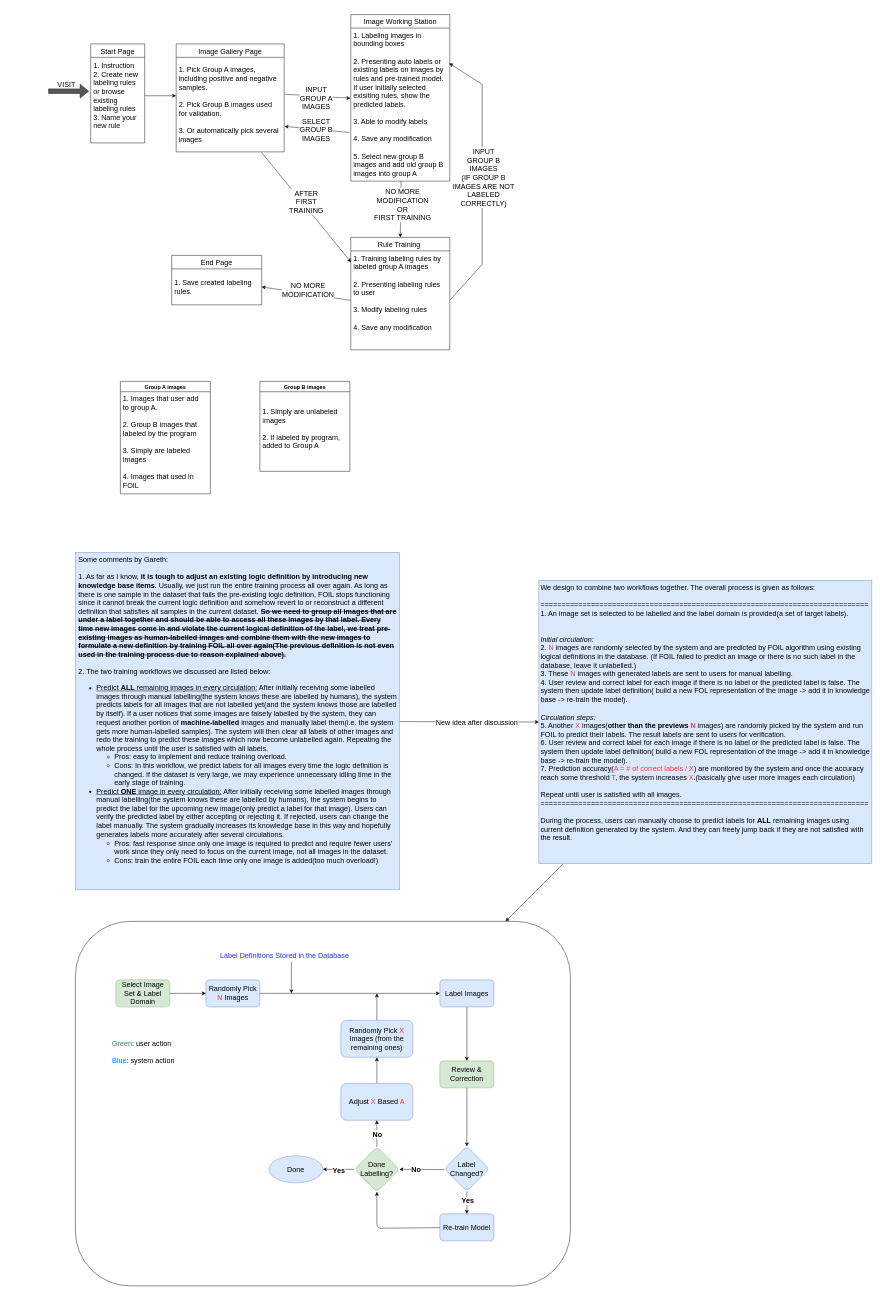
The draw.io diagram page "Scratch" (5 of 5) of architecture.drawio in Neural-Symbolic-Image-Labeling/NSILWeb, before the edit. Source tidied: cells renumbered, new cells numbered last; positions are measured from the earlier drawing's top-left corner, leaving out a move shared by most shapes. Both pictures are drawn from the tidied source at 45%, with x=0, y=0 at pixel (48, 14).
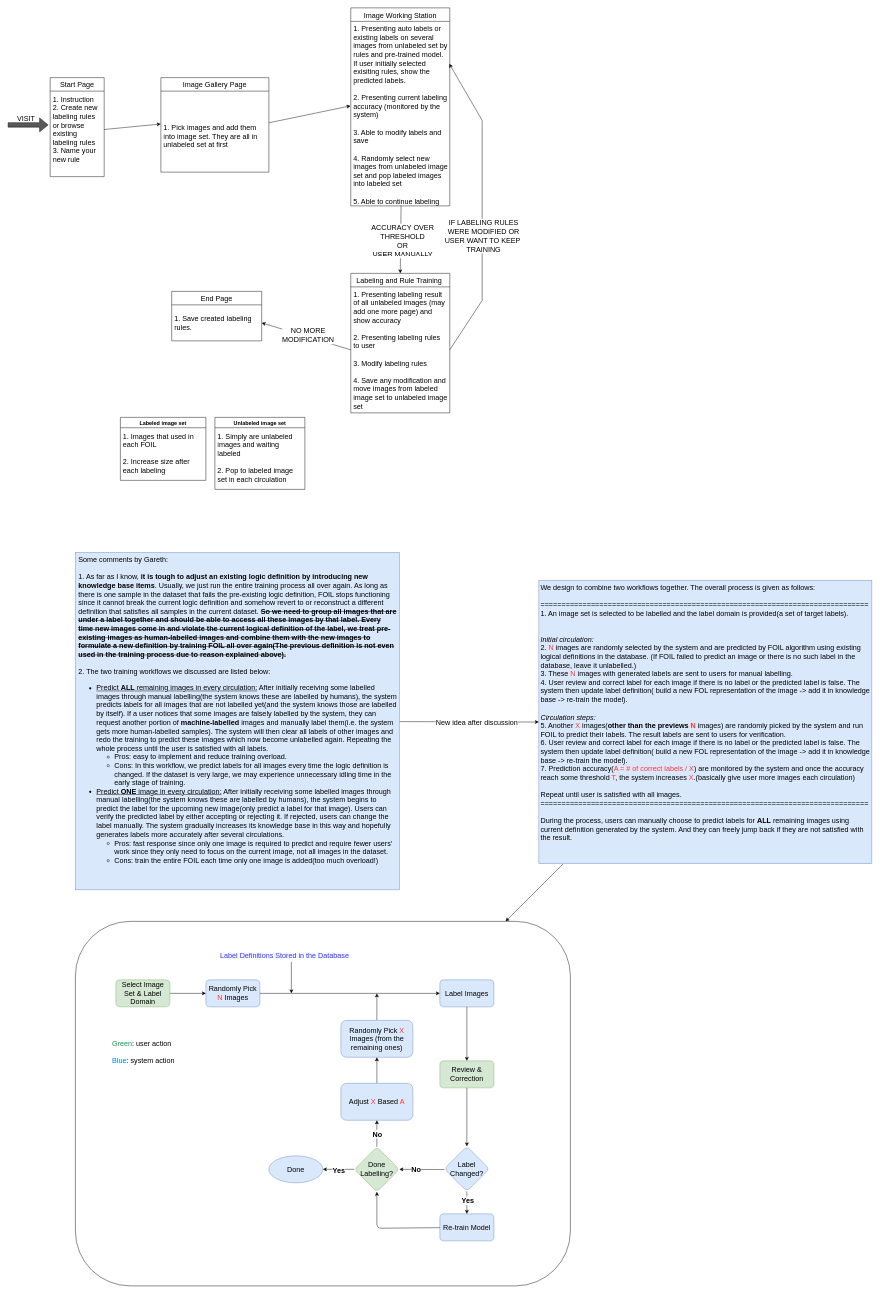
Above is the later version.

Diff of the diagram source:
```diff
@@
     <mxCell id="2" style="shape=flexArrow;endArrow=classic;html=1;rounded=0;fontSize=16;shadow=0;fillColor=#595959;" parent="1" edge="1">
       <mxGeometry relative="1" as="geometry">
-        <mxPoint y="170" as="sourcePoint" />
-        <mxPoint x="90" y="170" as="targetPoint" />
+        <mxPoint x="-90" y="245" as="sourcePoint" />
+        <mxPoint y="245" as="targetPoint" />
       </mxGeometry>
     </mxCell>
     <mxCell id="3" value="VISIT" style="text;html=1;align=center;verticalAlign=middle;strokeColor=none;fillColor=none;fontSize=16;" parent="1" vertex="1">
-      <mxGeometry x="10" y="145" width="60" height="20" as="geometry" />
+      <mxGeometry x="-80" y="220" width="60" height="20" as="geometry" />
     </mxCell>
     <mxCell id="4" value="Start Page" style="swimlane;fontStyle=0;horizontal=1;startSize=30;fontSize=16;" parent="1" vertex="1">
-      <mxGeometry x="94" y="65" width="120" height="220" as="geometry" />
+      <mxGeometry x="4" y="140" width="120" height="220" as="geometry" />
     </mxCell>
@@
     <mxCell id="7" value="Image Gallery Page" style="swimlane;fontStyle=0;horizontal=1;startSize=30;fontSize=16;" parent="1" vertex="1">
-      <mxGeometry x="284" y="65" width="240" height="240" as="geometry" />
+      <mxGeometry x="250" y="140" width="240" height="210" as="geometry" />
     </mxCell>
-    <mxCell id="8" value="1. Pick Group A images, including positive and negative samples.&#10;&#10;2. Pick Group B images used for validation.&#10;&#10;3. Or automatically pick several images" style="text;strokeColor=none;fillColor=none;align=left;verticalAlign=middle;spacingLeft=4;spacingRight=4;overflow=hidden;points=[[0,0.5],[1,0.5]];portConstraint=eastwest;fontSize=16;whiteSpace=wrap;" parent="7" vertex="1">
-      <mxGeometry y="30" width="240" height="210" as="geometry" />
+    <mxCell id="8" value="&#10;1. Pick images and add them into image set. They are all in unlabeled set at first" style="text;strokeColor=none;fillColor=none;align=left;verticalAlign=middle;spacingLeft=4;spacingRight=4;overflow=hidden;points=[[0,0.5],[1,0.5]];portConstraint=eastwest;fontSize=16;whiteSpace=wrap;" parent="7" vertex="1">
+      <mxGeometry y="30" width="240" height="180" as="geometry" />
     </mxCell>
@@
     <mxCell id="10" value="Image Working Station" style="swimlane;fontStyle=0;horizontal=1;startSize=30;fontSize=16;" parent="1" vertex="1">
-      <mxGeometry x="672" width="220" height="370" as="geometry" />
+      <mxGeometry x="672" y="-15" width="220" height="440" as="geometry" />
     </mxCell>
-    <mxCell id="11" value="1. Labeling images in bounding boxes&#10;&#10;2. Presenting auto labels or existing labels on images by rules and pre-trained model. If user initially selected exisiting rules, show the predicted labels.&#10;&#10;3. Able to modify labels &#10;&#10;4. Save any modification&#10;&#10;5. Select new group B images and add old group B images into group A" style="text;strokeColor=none;fillColor=none;align=left;verticalAlign=top;spacingLeft=4;spacingRight=4;overflow=hidden;points=[[0,0.5],[1,0.5]];portConstraint=eastwest;fontSize=16;whiteSpace=wrap;" parent="10" vertex="1">
-      <mxGeometry y="30" width="220" height="340" as="geometry" />
+    <mxCell id="11" value="1. Presenting auto labels or existing labels on several images from unlabeled set by rules and pre-trained model. If user initially selected exisiting rules, show the predicted labels.&#10;&#10;2. Presenting current labeling accuracy (monitored by the system)&#10;&#10;3. Able to modify labels and save&#10;&#10;4. Randomly select new  images from unlabeled image set and pop labeled images into labeled set&#10;&#10;5. Able to continue labeling" style="text;strokeColor=none;fillColor=none;align=left;verticalAlign=top;spacingLeft=4;spacingRight=4;overflow=hidden;points=[[0,0.5],[1,0.5]];portConstraint=eastwest;fontSize=16;whiteSpace=wrap;" parent="10" vertex="1">
+      <mxGeometry y="30" width="220" height="410" as="geometry" />
     </mxCell>
-    <mxCell id="12" value="Rule Training " style="swimlane;fontStyle=0;horizontal=1;startSize=30;fontSize=16;" parent="1" vertex="1">
-      <mxGeometry x="672" y="495" width="220" height="250" as="geometry" />
+    <mxCell id="12" value="Labeling and Rule Training " style="swimlane;fontStyle=0;horizontal=1;startSize=30;fontSize=16;" parent="1" vertex="1">
+      <mxGeometry x="672" y="575" width="220" height="310" as="geometry" />
     </mxCell>
-    <mxCell id="13" value="1. Training labeling rules by labeled group A images&#10;&#10;2. Presenting labeling rules to user&#10;&#10;3. Modify labeling rules&#10;&#10;4. Save any modification" style="text;strokeColor=none;fillColor=none;align=left;verticalAlign=top;spacingLeft=4;spacingRight=4;overflow=hidden;points=[[0,0.5],[1,0.5]];portConstraint=eastwest;fontSize=16;whiteSpace=wrap;" parent="12" vertex="1">
-      <mxGeometry y="30" width="220" height="220" as="geometry" />
+    <mxCell id="13" value="1. Presenting labeling result of all unlabeled images (may add one more page) and show accuracy&#10;&#10;2. Presenting labeling rules to user&#10;&#10;3. Modify labeling rules&#10;&#10;4. Save any modification and move images from labeled image set to unlabeled image set" style="text;strokeColor=none;fillColor=none;align=left;verticalAlign=top;spacingLeft=4;spacingRight=4;overflow=hidden;points=[[0,0.5],[1,0.5]];portConstraint=eastwest;fontSize=16;whiteSpace=wrap;" parent="12" vertex="1">
+      <mxGeometry y="30" width="220" height="280" as="geometry" />
     </mxCell>
-    <mxCell id="14" value="INPUT&lt;br&gt;GROUP A&lt;br&gt;IMAGES" style="edgeLabel;html=1;align=center;verticalAlign=middle;fontSize=16;" parent="1" vertex="1">
-      <mxGeometry x="594" y="185" as="geometry" />
-    </mxCell>
     <mxCell id="15" style="endArrow=none;html=1;rounded=0;exitX=1;exitY=0.5;exitDx=0;exitDy=0;" parent="1" edge="1" source="13">
       <mxGeometry relative="1" as="geometry">
-        <mxPoint x="964" y="555" as="targetPoint" />
+        <mxPoint x="964" y="635" as="targetPoint" />
       </mxGeometry>
     </mxCell>
     <mxCell id="16" style="endArrow=none;html=1;rounded=0;" parent="1" edge="1">
       <mxGeometry relative="1" as="geometry">
-        <mxPoint x="964" y="555" as="sourcePoint" />
-        <mxPoint x="964" y="155" as="targetPoint" />
+        <mxPoint x="964" y="635" as="sourcePoint" />
+        <mxPoint x="964" y="235" as="targetPoint" />
       </mxGeometry>
     </mxCell>
     <mxCell id="17" style="endArrow=classic;html=1;rounded=0;entryX=0.995;entryY=0.23;entryDx=0;entryDy=0;entryPerimeter=0;" parent="1" edge="1" target="11">
       <mxGeometry relative="1" as="geometry">
-        <mxPoint x="964" y="155" as="sourcePoint" />
+        <mxPoint x="964" y="235" as="sourcePoint" />
       </mxGeometry>
     </mxCell>
-    <mxCell id="18" value="INPUT&lt;br&gt;GROUP B&lt;br&gt;IMAGES&lt;br&gt;(IF GROUP B&lt;br&gt;IMAGES ARE NOT&lt;br&gt;LABELED &lt;br&gt;CORRECTLY)" style="edgeLabel;html=1;align=center;verticalAlign=middle;fontSize=16;" parent="1" vertex="1">
-      <mxGeometry x="984" y="365" as="geometry">
+    <mxCell id="18" value="IF LABELING RULES&lt;br&gt;WERE MODIFIED OR&lt;br&gt;USER WANT TO KEEP&amp;nbsp;&lt;br&gt;TRAINING" style="edgeLabel;html=1;align=center;verticalAlign=middle;fontSize=16;" parent="1" vertex="1">
+      <mxGeometry x="984" y="495" as="geometry">
         <mxPoint x="-18" y="-4" as="offset" />
       </mxGeometry>
     </mxCell>
     <mxCell id="19" value="End Page" style="swimlane;fontStyle=0;horizontal=1;startSize=30;fontSize=16;" parent="1" vertex="1">
-      <mxGeometry x="274" y="535" width="200" height="110" as="geometry" />
+      <mxGeometry x="274" y="615" width="200" height="110" as="geometry" />
     </mxCell>
@@
-    <mxCell id="22" value="NO MORE&lt;br&gt;MODIFICATION&lt;br&gt;OR&lt;br&gt;FIRST TRAINING" style="edgeLabel;html=1;align=center;verticalAlign=middle;fontSize=16;labelBorderColor=none;labelBackgroundColor=#FFFFFF;" parent="1" vertex="1">
-      <mxGeometry x="832" y="265" as="geometry">
+    <mxCell id="22" value="ACCURACY OVER&lt;br&gt;THRESHOLD&lt;br&gt;OR&lt;br&gt;USER MANUALLY" style="edgeLabel;html=1;align=center;verticalAlign=middle;fontSize=16;labelBorderColor=none;labelBackgroundColor=#FFFFFF;" parent="1" vertex="1">
+      <mxGeometry x="832" y="345" as="geometry">
         <mxPoint x="-46" y="157" as="offset" />
       </mxGeometry>
     </mxCell>
@@
     <mxCell id="24" value="NO MORE&lt;br&gt;MODIFICATION" style="edgeLabel;html=1;align=center;verticalAlign=middle;fontSize=16;labelBorderColor=none;labelBackgroundColor=#FFFFFF;" parent="1" vertex="1">
-      <mxGeometry x="622" y="455" as="geometry">
+      <mxGeometry x="622" y="555" as="geometry">
         <mxPoint x="-46" y="157" as="offset" />
       </mxGeometry>
     </mxCell>
-    <mxCell id="25" style="endArrow=classic;html=1;rounded=0;exitX=-0.014;exitY=0.682;exitDx=0;exitDy=0;exitPerimeter=0;entryX=1.004;entryY=0.73;entryDx=0;entryDy=0;entryPerimeter=0;" parent="1" edge="1" source="11" target="8">
-      <mxGeometry relative="1" as="geometry" />
-    </mxCell>
-    <mxCell id="26" value="SELECT&lt;br&gt;GROUP B&lt;br&gt;IMAGES" style="edgeLabel;html=1;align=center;verticalAlign=middle;fontSize=16;" parent="1" vertex="1">
-      <mxGeometry x="594" y="255" as="geometry" />
-    </mxCell>
-    <mxCell id="27" style="endArrow=classic;html=1;rounded=0;exitX=0.789;exitY=1.004;exitDx=0;exitDy=0;exitPerimeter=0;entryX=0.003;entryY=0.115;entryDx=0;entryDy=0;entryPerimeter=0;" parent="1" edge="1" source="8" target="13">
-      <mxGeometry relative="1" as="geometry" />
-    </mxCell>
-    <mxCell id="28" value="AFTER&lt;br&gt;FIRST&lt;br&gt;TRAINING" style="edgeLabel;html=1;align=center;verticalAlign=middle;fontSize=16;" parent="1" vertex="1">
-      <mxGeometry x="572" y="415" as="geometry" />
-    </mxCell>
-    <mxCell id="29" value="Group A images" style="swimlane;" parent="1" vertex="1">
-      <mxGeometry x="160" y="815" width="200" height="250" as="geometry" />
+    <mxCell id="29" value="Labeled image set" style="swimlane;startSize=23;" parent="1" vertex="1">
+      <mxGeometry x="160" y="895" width="190" height="140" as="geometry" />
     </mxCell>
-    <mxCell id="30" value="1. Images that user add to group A.&#10;&#10;2. Group B images that labeled by the program&#10;&#10;3. Simply are labeled images&#10;&#10;4. Images that used in FOIL" style="text;strokeColor=none;fillColor=none;align=left;verticalAlign=middle;spacingLeft=4;spacingRight=4;overflow=hidden;fontSize=16;whiteSpace=wrap;" parent="29" vertex="1">
-      <mxGeometry y="20" width="180" height="230" as="geometry" />
+    <mxCell id="30" value="1. Images that used in each FOIL&#10;&#10;2. Increase size after each labeling" style="text;strokeColor=none;fillColor=none;align=left;verticalAlign=middle;spacingLeft=4;spacingRight=4;overflow=hidden;fontSize=16;whiteSpace=wrap;" parent="29" vertex="1">
+      <mxGeometry y="20" width="180" height="120" as="geometry" />
     </mxCell>
-    <mxCell id="31" value="Group B images" style="swimlane;" parent="1" vertex="1">
-      <mxGeometry x="470" y="815" width="200" height="200" as="geometry" />
+    <mxCell id="31" value="Unlabeled image set" style="swimlane;" parent="1" vertex="1">
+      <mxGeometry x="370" y="895" width="200" height="160" as="geometry" />
     </mxCell>
-    <mxCell id="32" value="1. Simply are unlabeled images&#10;&#10;2. If labeled by program, added to Group A" style="text;strokeColor=none;fillColor=none;align=left;verticalAlign=middle;spacingLeft=4;spacingRight=4;overflow=hidden;fontSize=16;whiteSpace=wrap;" parent="31" vertex="1">
-      <mxGeometry y="20" width="200" height="170" as="geometry" />
+    <mxCell id="32" value="1. Simply are unlabeled images and waiting labeled&#10;&#10;2. Pop to labeled image set in each circulation" style="text;strokeColor=none;fillColor=none;align=left;verticalAlign=middle;spacingLeft=4;spacingRight=4;overflow=hidden;fontSize=16;whiteSpace=wrap;" parent="31" vertex="1">
+      <mxGeometry y="20" width="200" height="140" as="geometry" />
     </mxCell>
```
